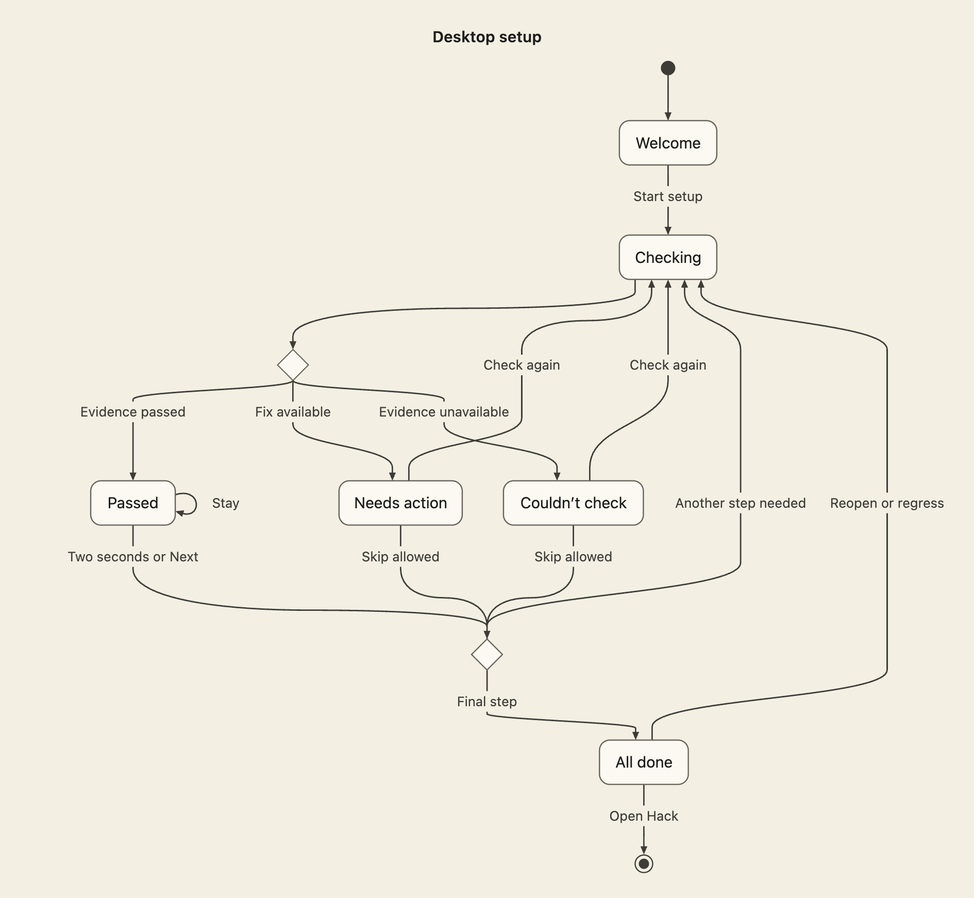
Above: apps/desktop/screenshots/setup-flow/state-diagram.png in hack-dance/hack (Mermaid), before the change. Its source is kept beside it as apps/desktop/screenshots/setup-flow/state-diagram.mmd. The source it was exported from:
```mermaid
---
title: Desktop setup
---
stateDiagram-v2
    direction TB
    state Result <<choice>>
    state Progress <<choice>>
    state "All done" as Done
    state "Needs action" as NeedsAction
    state "Couldn’t check" as Unchecked
    [*] --> Welcome
    Welcome --> Checking : Start setup
    Checking --> Result
    Result --> Passed : Evidence passed
    Result --> NeedsAction : Fix available
    Result --> Unchecked : Evidence unavailable
    NeedsAction --> Checking : Check again
    Unchecked --> Checking : Check again
    Passed --> Progress : Two seconds or Next
    Passed --> Passed : Stay
    NeedsAction --> Progress : Skip allowed
    Unchecked --> Progress : Skip allowed
    Progress --> Checking : Another step needed
    Progress --> Done : Final step
    Done --> Checking : Reopen or regress
    Done --> [*] : Open Hack
```
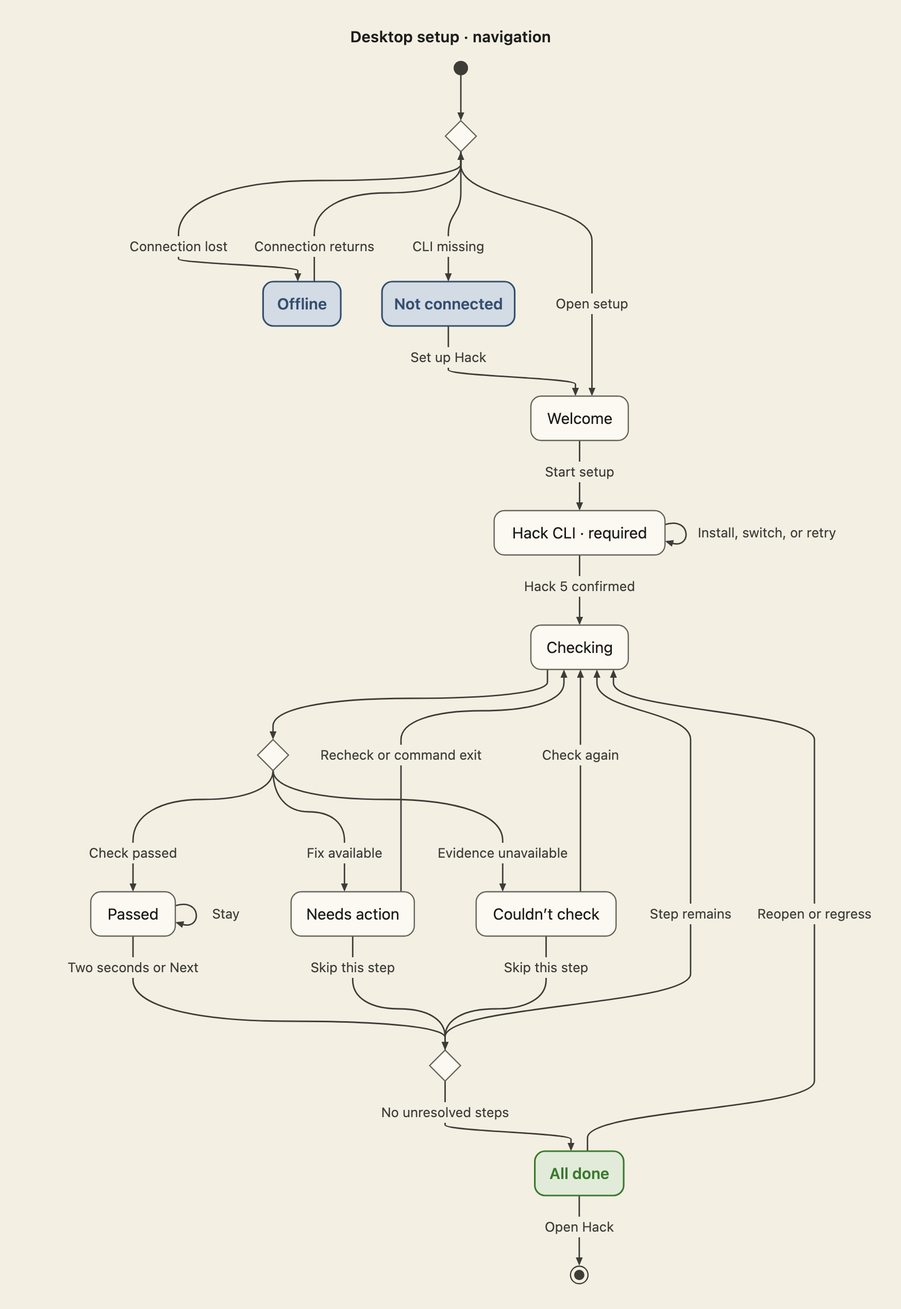
After the change.

What changed in the source:
```diff
@@ -1,26 +1,42 @@
 ---
-title: Desktop setup
+title: Desktop setup · navigation
 ---
 stateDiagram-v2
     direction TB
+    state Connection <<choice>>
     state Result <<choice>>
     state Progress <<choice>>
-    state "All done" as Done
+    state "Not connected" as NotConnected
+    state "Hack CLI · required" as Cli
     state "Needs action" as NeedsAction
     state "Couldn’t check" as Unchecked
-    [*] --> Welcome
-    Welcome --> Checking : Start setup
+    state "All done" as Done
+
+    classDef wait stroke-width:1.6px
+    class Offline,NotConnected wait
+    classDef ok stroke-width:1.6px
+    class Done ok
+
+    [*] --> Connection
+    Connection --> Offline : Connection lost
+    Offline --> Connection : Connection returns
+    Connection --> NotConnected : CLI missing
+    NotConnected --> Welcome : Set up Hack
+    Connection --> Welcome : Open setup
+    Welcome --> Cli : Start setup
+    Cli --> Cli : Install, switch, or retry
+    Cli --> Checking : Hack 5 confirmed
     Checking --> Result
-    Result --> Passed : Evidence passed
+    Result --> Passed : Check passed
     Result --> NeedsAction : Fix available
     Result --> Unchecked : Evidence unavailable
-    NeedsAction --> Checking : Check again
     Unchecked --> Checking : Check again
+    NeedsAction --> Checking : Recheck or command exit
+    NeedsAction --> Progress : Skip this step
+    Unchecked --> Progress : Skip this step
+    Passed --> Passed : Stay
     Passed --> Progress : Two seconds or Next
-    Passed --> Passed : Stay
-    NeedsAction --> Progress : Skip allowed
-    Unchecked --> Progress : Skip allowed
-    Progress --> Checking : Another step needed
-    Progress --> Done : Final step
+    Progress --> Checking : Step remains
+    Progress --> Done : No unresolved steps
     Done --> Checking : Reopen or regress
     Done --> [*] : Open Hack
```
